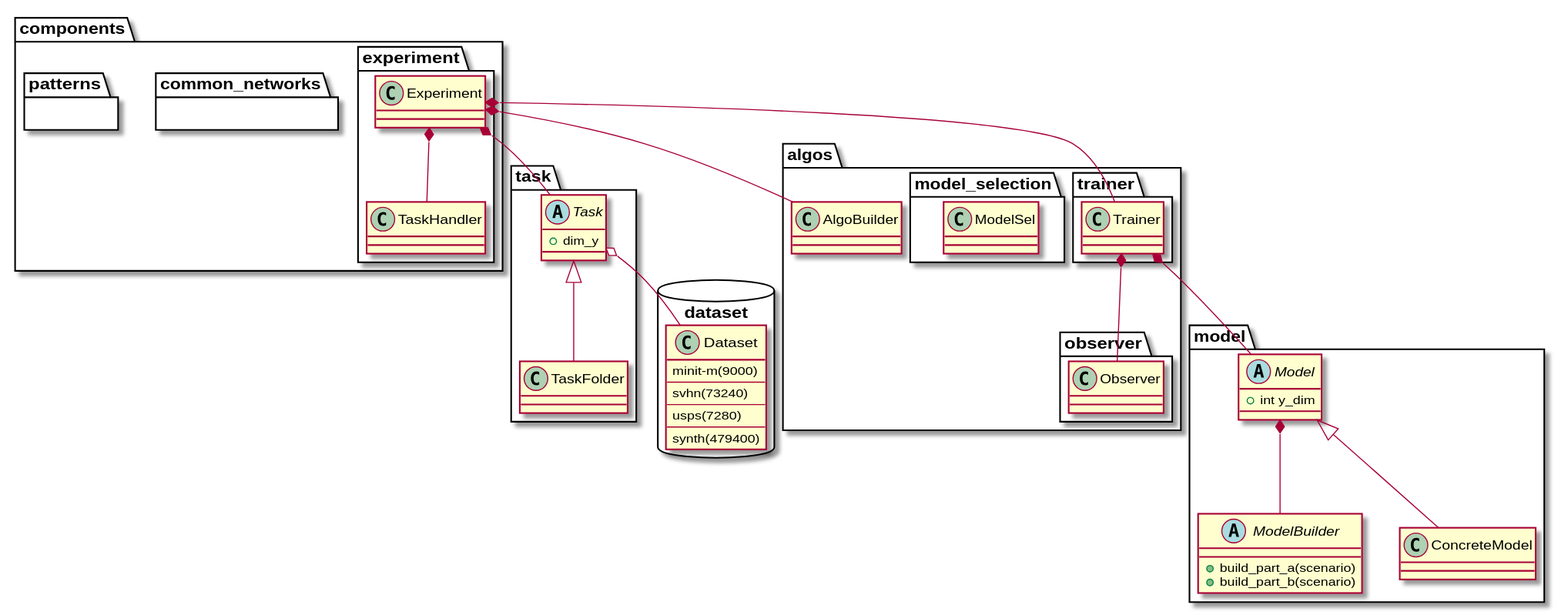
Earlier version of the PlantUML export libDG.svg (marrlab/DomainLab). Its diagram source:
```plantuml
@startuml
package task {
  abstract class Task {
    + dim_y
  }
  Task <|-- TaskFolder
}

package algos {
  class AlgoBuilder {}
  package trainer {
    class Trainer {}
  }
  package observer {
    class Observer {}
  }
  package model_selection {
    class ModelSel {}
  }
}

package dataset <<DataBase>>{
  class Dataset {
    minit-m(9000)
    --
    svhn(73240)
    --
    usps(7280)
    --
    synth(479400)
  }
}

package model{
  abstract class Model {
  + int y_dim
  }
  abstract class ModelBuilder {
  +build_part_a(scenario)
  +build_part_b(scenario)
  }
  class ConcreteModel {}
}


package components {
  package common_networks {
  }
  package patterns{}
  package experiment {
    class Experiment {}
    class TaskHandler{}
  }
}


Experiment *-- Task
Experiment *-- Trainer
Trainer *-- Observer
Trainer *-- Model
Task o-- Dataset
Model <|-- ConcreteModel
Model *-- ModelBuilder
Experiment *-- AlgoBuilder
Experiment *-- TaskHandler
@enduml
```
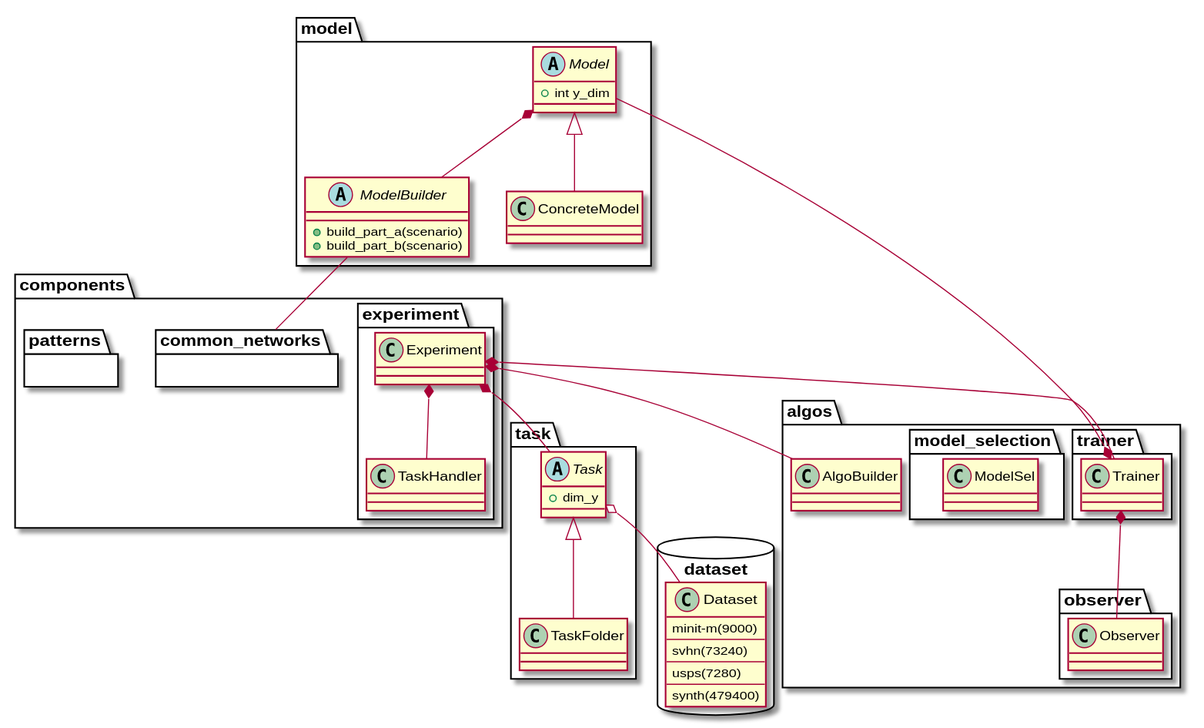
After the commit.

Diff of the diagram source:
```diff
@@ -63,4 +63,5 @@
 Model *-- ModelBuilder
 Experiment *-- AlgoBuilder
 Experiment *-- TaskHandler
+ModelBuilder -- common_networks
 @enduml
```
